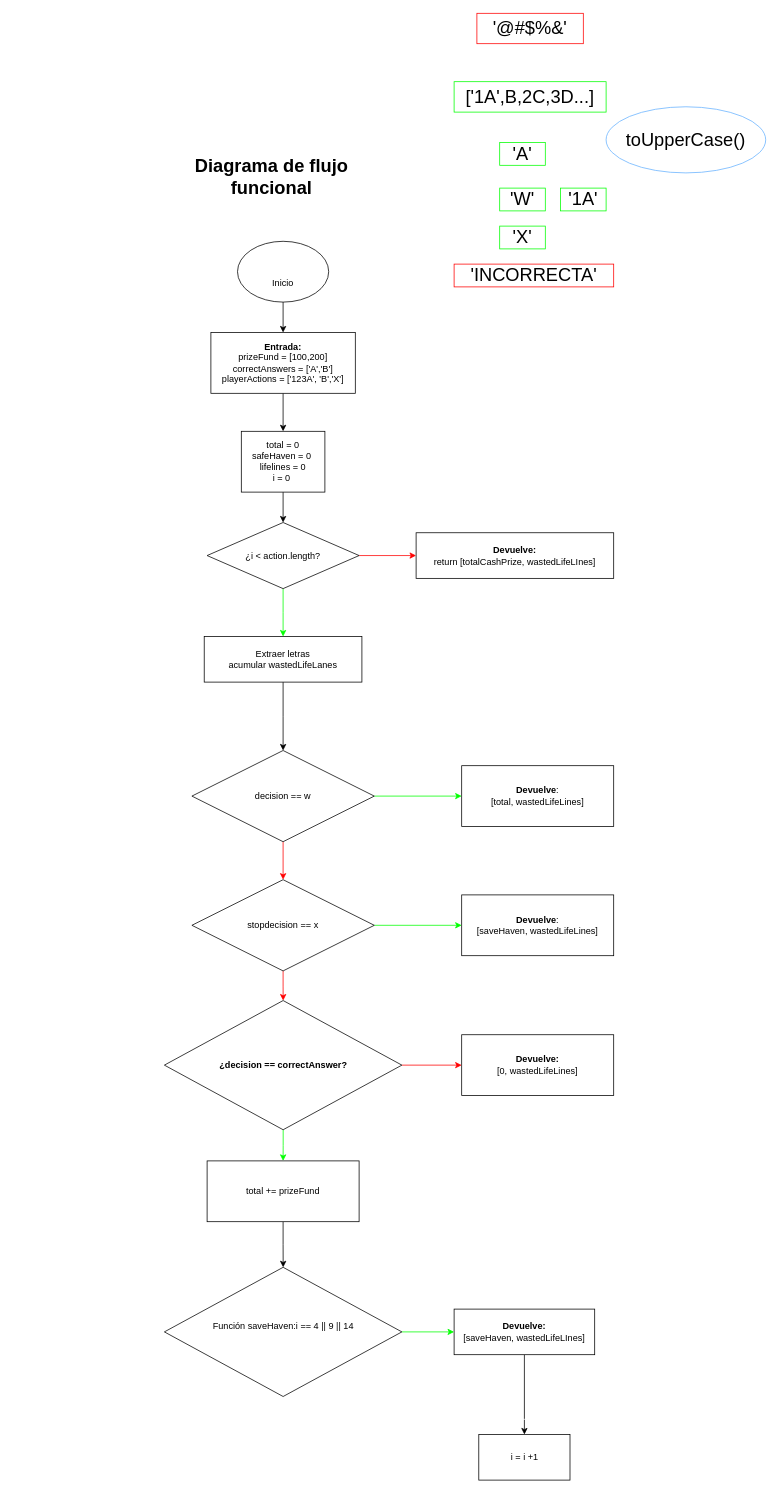
Earlier version of the draw.io diagram page "Página-1" (1 of 2) of katas/js/6-kyu/beAMillionaire/diagrama/beAMillionaire.drawio (pepesr-dev/katas). Source tidied: cells renumbered, new cells numbered last; positions are measured from the earlier drawing's top-left corner, leaving out a move shared by most shapes. Both pictures are drawn from the tidied source at 76%, with x=0, y=0 at pixel (164, 13).
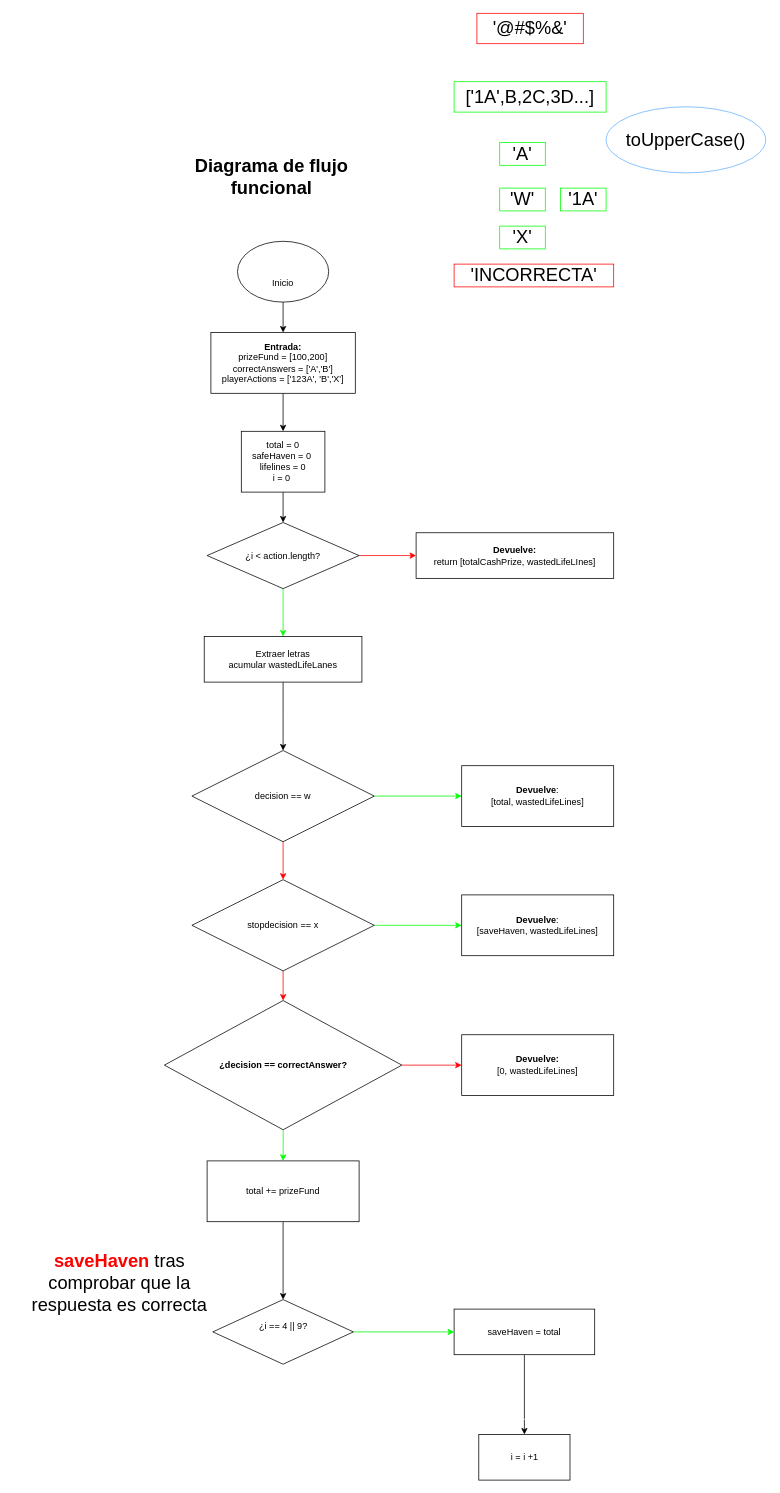
The same diagram, later.

Commit message (it also covers changes not shown here):
feat: función completada, testada y documentada

The edit, as a diff of the source:
```diff
@@
-    <mxCell id="28" value="&lt;b&gt;Devuelve:&lt;/b&gt;&lt;div&gt;[saveHaven, wastedLifeLInes]&lt;/div&gt;" style="rounded=0;whiteSpace=wrap;html=1;" parent="1" vertex="1">
+    <mxCell id="28" value="saveHaven = total" style="rounded=0;whiteSpace=wrap;html=1;" parent="1" vertex="1">
       <mxGeometry x="381" y="1705" width="185" height="60" as="geometry" />
     </mxCell>
@@
-    <mxCell id="41" value="Función saveHaven:i == 4 || 9 || 14&lt;div&gt;&lt;br&gt;&lt;/div&gt;" style="rhombus;whiteSpace=wrap;html=1;shapeInside=1;" parent="1" vertex="1">
-      <mxGeometry x="-0.2" y="1650" width="312.5" height="170" as="geometry" />
+    <mxCell id="41" value="¿i == 4 || 9?&lt;div&gt;&lt;br&gt;&lt;/div&gt;" style="rhombus;whiteSpace=wrap;html=1;shapeInside=1;" parent="1" vertex="1">
+      <mxGeometry x="63.5" y="1692.5" width="185" height="85" as="geometry" />
     </mxCell>
@@
+    <mxCell id="44" value="&lt;font style=&quot;font-size: 24px;&quot;&gt;&lt;b style=&quot;color: rgb(255, 0, 0);&quot;&gt;saveHaven&lt;/b&gt; tras comprobar que la respuesta es correcta&lt;/font&gt;" style="text;html=1;whiteSpace=wrap;strokeColor=none;fillColor=none;align=center;verticalAlign=middle;rounded=0;" parent="1" vertex="1">
+      <mxGeometry x="-199" y="1631" width="280" height="80" as="geometry" />
+    </mxCell>
```
